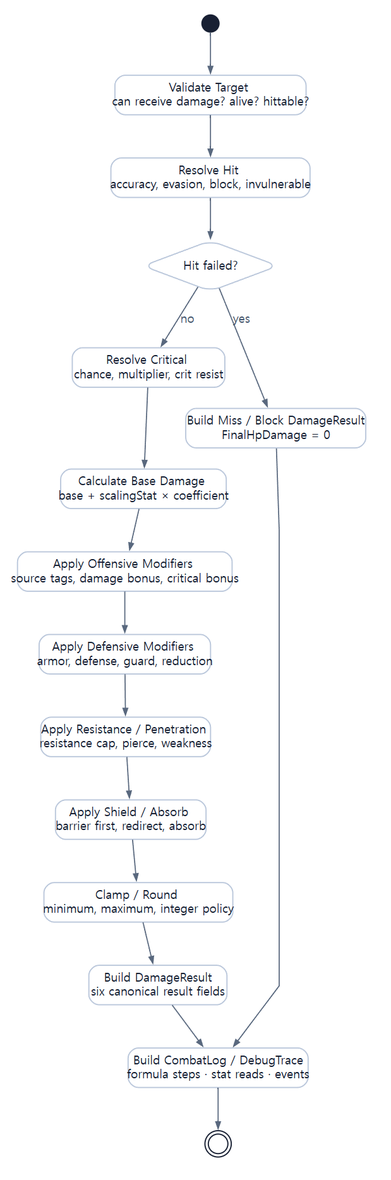
Earlier version of the Graphviz export assets/diagrams/23_damage_resolution_activity_diagram.png (JY-LemongO/game-system-framework-knowledge-site). Its source is kept beside it as source/diagrams/23_damage_resolution_activity_diagram.dot.
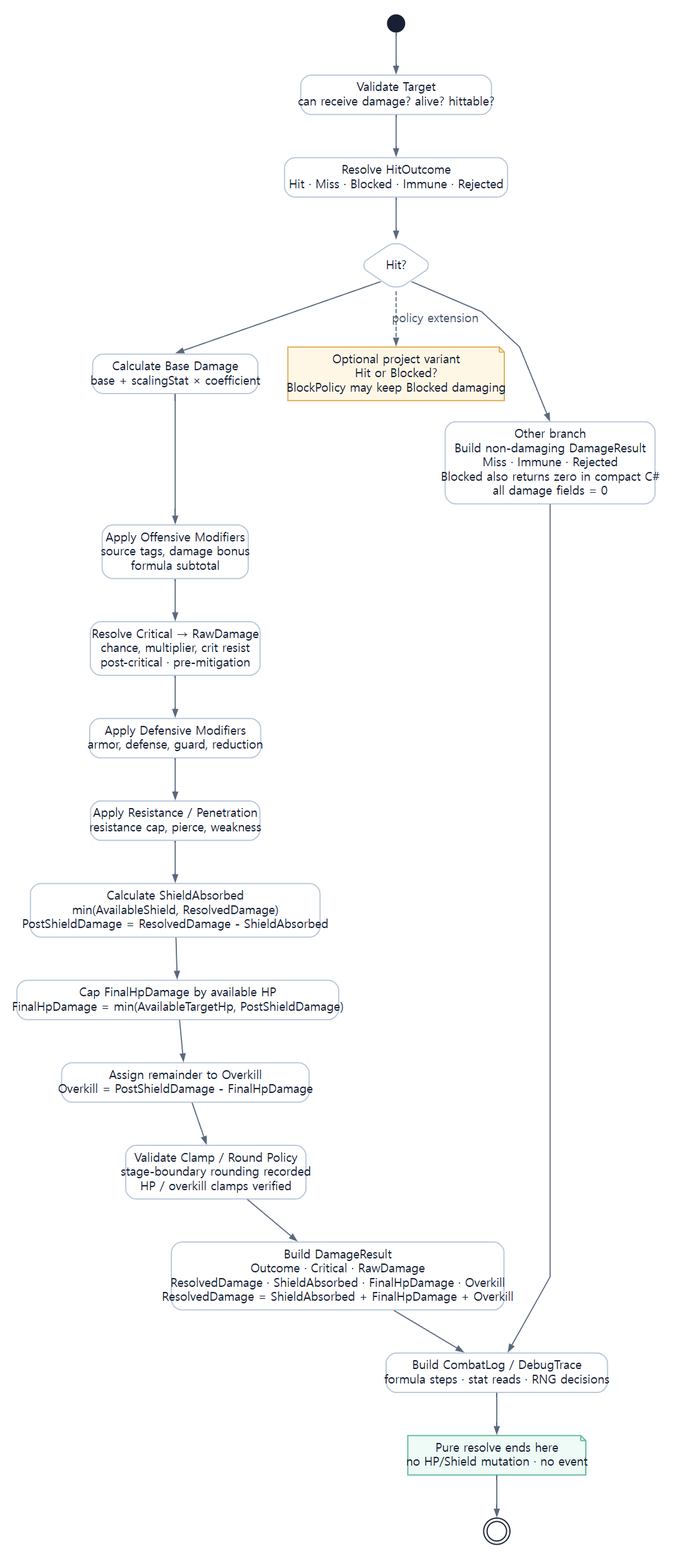
The same file after the commit.

Diff of the diagram source:
```diff
@@ -3,36 +3,31 @@
   node [fontname="Noto Sans CJK KR", shape=box, style="rounded,filled", color="#bac7db", penwidth=1.4, fillcolor="#ffffff", fontcolor="#182033", margin="0.14,0.09"];
   edge [fontname="Noto Sans CJK KR", color="#59687e", fontcolor="#46566e", arrowsize=0.8, penwidth=1.3];
   rankdir=TB; splines=polyline;
+
   start [shape=circle, width=.28, label="", fillcolor="#182033", color="#182033"];
-  validate [label="Validate Target
-can receive damage? alive? hittable?"];
-  hit [label="Resolve Hit
-accuracy, evasion, block, invulnerable"];
-  hitFail [shape=diamond, label="Hit failed?"];
-  crit [label="Resolve Critical
-chance, multiplier, crit resist"];
-  base [label="Calculate Base Damage
-base + scalingStat × coefficient"];
-  off [label="Apply Offensive Modifiers
-source tags, damage bonus, critical bonus"];
-  def [label="Apply Defensive Modifiers
-armor, defense, guard, reduction"];
-  resist [label="Apply Resistance / Penetration
-resistance cap, pierce, weakness"];
-  shield [label="Apply Shield / Absorb
-barrier first, redirect, absorb"];
-  round [label="Clamp / Round
-minimum, maximum, integer policy"];
-  result [label="Build DamageResult
-six canonical result fields"];
-  miss [label="Build Miss / Block DamageResult
-FinalHpDamage = 0"];
-  trace [label="Build CombatLog / DebugTrace
-formula steps · stat reads · events"];
+  validate [label="Validate Target\ncan receive damage? alive? hittable?"];
+  hit [label="Resolve HitOutcome\nHit · Miss · Blocked · Immune · Rejected"];
+  damaging [shape=diamond, label="Hit?"];
+  blockedVariant [shape=note, label="Optional project variant\nHit or Blocked?\nBlockPolicy may keep Blocked damaging", fillcolor="#fff7e6", color="#e0ad4e"];
+  base [label="Calculate Base Damage\nbase + scalingStat × coefficient"];
+  off [label="Apply Offensive Modifiers\nsource tags, damage bonus\nformula subtotal"];
+  crit [label="Resolve Critical → RawDamage\nchance, multiplier, crit resist\npost-critical · pre-mitigation"];
+  def [label="Apply Defensive Modifiers\narmor, defense, guard, reduction"];
+  resist [label="Apply Resistance / Penetration\nresistance cap, pierce, weakness"];
+  round [label="Validate Clamp / Round Policy\nstage-boundary rounding recorded\nHP / overkill clamps verified"];
+  shield [label="Calculate ShieldAbsorbed\nmin(AvailableShield, ResolvedDamage)\nPostShieldDamage = ResolvedDamage - ShieldAbsorbed"];
+  hpCap [label="Cap FinalHpDamage by available HP\nFinalHpDamage = min(AvailableTargetHp, PostShieldDamage)"];
+  overkill [label="Assign remainder to Overkill\nOverkill = PostShieldDamage - FinalHpDamage"];
+  result [label="Build DamageResult\nOutcome · Critical · RawDamage\nResolvedDamage · ShieldAbsorbed · FinalHpDamage · Overkill\nResolvedDamage = ShieldAbsorbed + FinalHpDamage + Overkill"];
+  nonHit [label="Other branch\nBuild non-damaging DamageResult\nMiss · Immune · Rejected\nBlocked also returns zero in compact C#\nall damage fields = 0"];
+  trace [label="Build CombatLog / DebugTrace\nformula steps · stat reads · RNG decisions"];
+  boundary [shape=note, label="Pure resolve ends here\nno HP/Shield mutation · no event", fillcolor="#eefbf6", color="#61b99a"];
   end [shape=doublecircle, width=.32, label="", fillcolor="#ffffff", color="#182033"];
-  start -> validate -> hit -> hitFail;
-  hitFail -> miss [label="yes"];
-  hitFail -> crit [label="no"];
-  crit -> base -> off -> def -> resist -> shield -> round -> result -> trace -> end;
-  miss -> trace;
+
+  start -> validate -> hit -> damaging;
+  damaging -> blockedVariant [style=dashed, label="policy extension"];
+  damaging:se -> nonHit:n;
+  damaging:sw -> base:n;
+  base -> off -> crit -> def -> resist -> shield -> hpCap -> overkill -> round -> result -> trace -> boundary -> end;
+  nonHit -> trace;
 }
```
